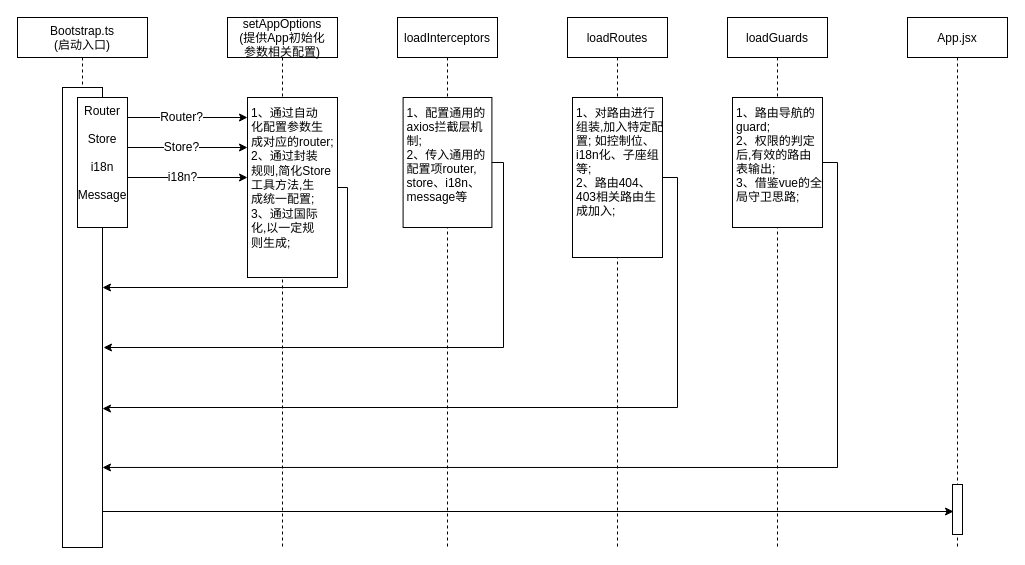
This is 微架构-基座.drawio from codcer/blog, a draw.io file, before an edit. Source tidied: cells renumbered, new cells numbered last; positions are measured from the earlier drawing's top-left corner, leaving out a move shared by most shapes. Both pictures are drawn from the tidied source at 100%, with x=0, y=0 at pixel (17, 17).
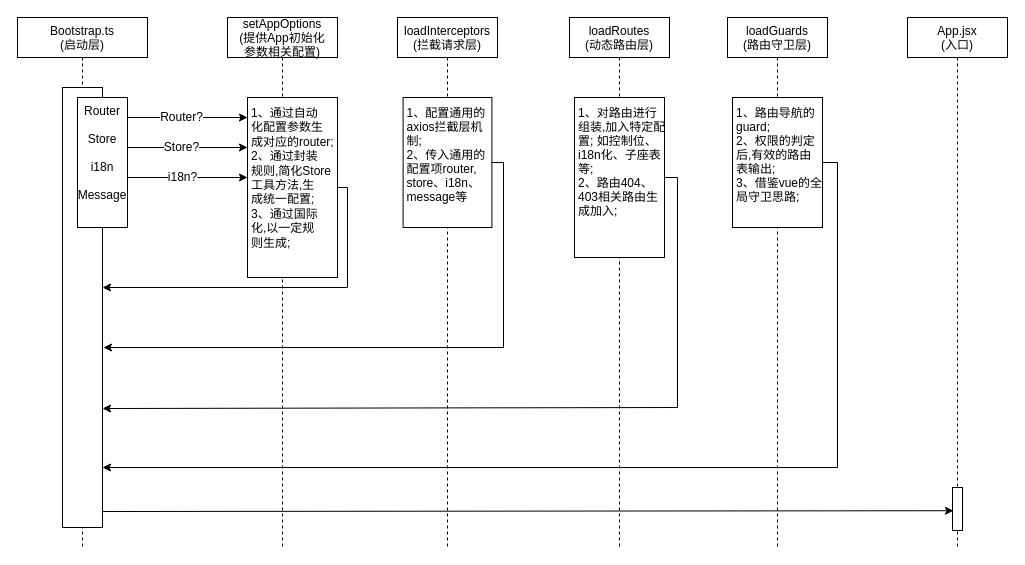
The same page after the edit.

Commit message (it also covers changes not shown here):
更新微架构-基座.drawio

The change refers to these unchanged cells:
```xml
<mxCell id="12" value="1、路由导航的&#10;guard;&#10;2、权限的判定&#10;后,有效的路由&#10;表输出;&#10;3、借鉴vue的全&#10;局守卫思路;" style="points=[];perimeter=orthogonalPerimeter;rounded=0;shadow=0;strokeWidth=1;align=left;verticalAlign=top;spacingTop=2;spacingLeft=2;spacingRight=2;" parent="11" vertex="1">
  <mxGeometry x="5" y="80" width="90" height="130" as="geometry" />
</mxCell>
```

Change to the diagram source:
```diff
@@
-    <mxCell id="2" value="Bootstrap.ts&#10;(启动入口)" style="shape=umlLifeline;perimeter=lifelinePerimeter;rounded=0;shadow=0;strokeWidth=1;" parent="1" vertex="1">
+    <mxCell id="2" value="Bootstrap.ts&#10;(启动层)" style="shape=umlLifeline;perimeter=lifelinePerimeter;rounded=0;shadow=0;strokeWidth=1;" parent="1" vertex="1">
       <mxGeometry width="130" height="530" as="geometry" />
     </mxCell>
     <mxCell id="3" style="points=[];perimeter=orthogonalPerimeter;rounded=0;shadow=0;strokeWidth=1;" parent="2" vertex="1">
-      <mxGeometry x="45" y="70" width="40" height="460" as="geometry" />
+      <mxGeometry x="45" y="70" width="40" height="440" as="geometry" />
     </mxCell>
@@
-    <mxCell id="7" value="loadInterceptors" style="shape=umlLifeline;perimeter=lifelinePerimeter;rounded=0;shadow=0;strokeWidth=1;" parent="1" vertex="1">
+    <mxCell id="7" value="loadInterceptors&#10;(拦截请求层)" style="shape=umlLifeline;perimeter=lifelinePerimeter;rounded=0;shadow=0;strokeWidth=1;" parent="1" vertex="1">
       <mxGeometry x="380" width="100" height="530" as="geometry" />
     </mxCell>
@@
-    <mxCell id="9" value="loadRoutes" style="shape=umlLifeline;perimeter=lifelinePerimeter;rounded=0;shadow=0;strokeWidth=1;" parent="1" vertex="1">
-      <mxGeometry x="550" width="100" height="530" as="geometry" />
+    <mxCell id="9" value="loadRoutes&#10;(动态路由层)" style="shape=umlLifeline;perimeter=lifelinePerimeter;rounded=0;shadow=0;strokeWidth=1;" parent="1" vertex="1">
+      <mxGeometry x="552" width="100" height="530" as="geometry" />
     </mxCell>
-    <mxCell id="10" value="1、对路由进行&#10;组装,加入特定配&#10;置; 如控制位、&#10;i18n化、子座组&#10;等;&#10;2、路由404、&#10;403相关路由生&#10;成加入;" style="points=[];perimeter=orthogonalPerimeter;rounded=0;shadow=0;strokeWidth=1;align=left;verticalAlign=top;spacingTop=2;spacingLeft=2;spacingRight=2;" parent="9" vertex="1">
+    <mxCell id="10" value="1、对路由进行&#10;组装,加入特定配&#10;置; 如控制位、&#10;i18n化、子座表&#10;等;&#10;2、路由404、&#10;403相关路由生&#10;成加入;" style="points=[];perimeter=orthogonalPerimeter;rounded=0;shadow=0;strokeWidth=1;align=left;verticalAlign=top;spacingTop=2;spacingLeft=2;spacingRight=2;" parent="9" vertex="1">
       <mxGeometry x="5" y="80" width="90" height="160" as="geometry" />
     </mxCell>
-    <mxCell id="11" value="loadGuards" style="shape=umlLifeline;perimeter=lifelinePerimeter;rounded=0;shadow=0;strokeWidth=1;" parent="1" vertex="1">
+    <mxCell id="11" value="loadGuards&#10;(路由守卫层)" style="shape=umlLifeline;perimeter=lifelinePerimeter;rounded=0;shadow=0;strokeWidth=1;" parent="1" vertex="1">
       <mxGeometry x="710" width="100" height="530" as="geometry" />
     </mxCell>
@@
-    <mxCell id="21" style="edgeStyle=orthogonalEdgeStyle;rounded=0;jumpStyle=arc;jettySize=auto;html=1;entryX=1;entryY=0.698;entryDx=0;entryDy=0;entryPerimeter=0;" parent="1" edge="1" source="10" target="3">
+    <mxCell id="21" style="edgeStyle=orthogonalEdgeStyle;rounded=0;jumpStyle=arc;jettySize=auto;html=1;" parent="1" edge="1" source="10">
       <mxGeometry relative="1" as="geometry">
+        <mxPoint x="85" y="391" as="targetPoint" />
         <Array as="points">
           <mxPoint x="660" y="160" />
           <mxPoint x="660" y="390" />
           <mxPoint x="89" y="390" />
           <mxPoint x="89" y="391" />
         </Array>
       </mxGeometry>
     </mxCell>
-    <mxCell id="22" style="edgeStyle=orthogonalEdgeStyle;rounded=0;jumpStyle=arc;jettySize=auto;html=1;entryX=1;entryY=0.826;entryDx=0;entryDy=0;entryPerimeter=0;" parent="1" edge="1" source="12" target="3">
+    <mxCell id="22" style="edgeStyle=orthogonalEdgeStyle;rounded=0;jumpStyle=arc;jettySize=auto;html=1;" parent="1" edge="1" source="12">
       <mxGeometry relative="1" as="geometry">
+        <mxPoint x="85" y="450" as="targetPoint" />
         <Array as="points">
           <mxPoint x="820" y="145" />
           <mxPoint x="820" y="450" />
         </Array>
       </mxGeometry>
     </mxCell>
-    <mxCell id="23" value="App.jsx" style="shape=umlLifeline;perimeter=lifelinePerimeter;rounded=0;shadow=0;strokeWidth=1;" parent="1" vertex="1">
+    <mxCell id="23" value="App.jsx&#10;(入口)" style="shape=umlLifeline;perimeter=lifelinePerimeter;rounded=0;shadow=0;strokeWidth=1;" parent="1" vertex="1">
       <mxGeometry x="890" width="100" height="530" as="geometry" />
     </mxCell>
     <mxCell id="24" style="points=[];perimeter=orthogonalPerimeter;rounded=0;shadow=0;strokeWidth=1;align=left;verticalAlign=top;spacingTop=2;spacingLeft=2;spacingRight=2;" parent="23" vertex="1">
-      <mxGeometry x="45" y="467" width="10" height="50" as="geometry" />
+      <mxGeometry x="45" y="470" width="10" height="43" as="geometry" />
     </mxCell>
```
